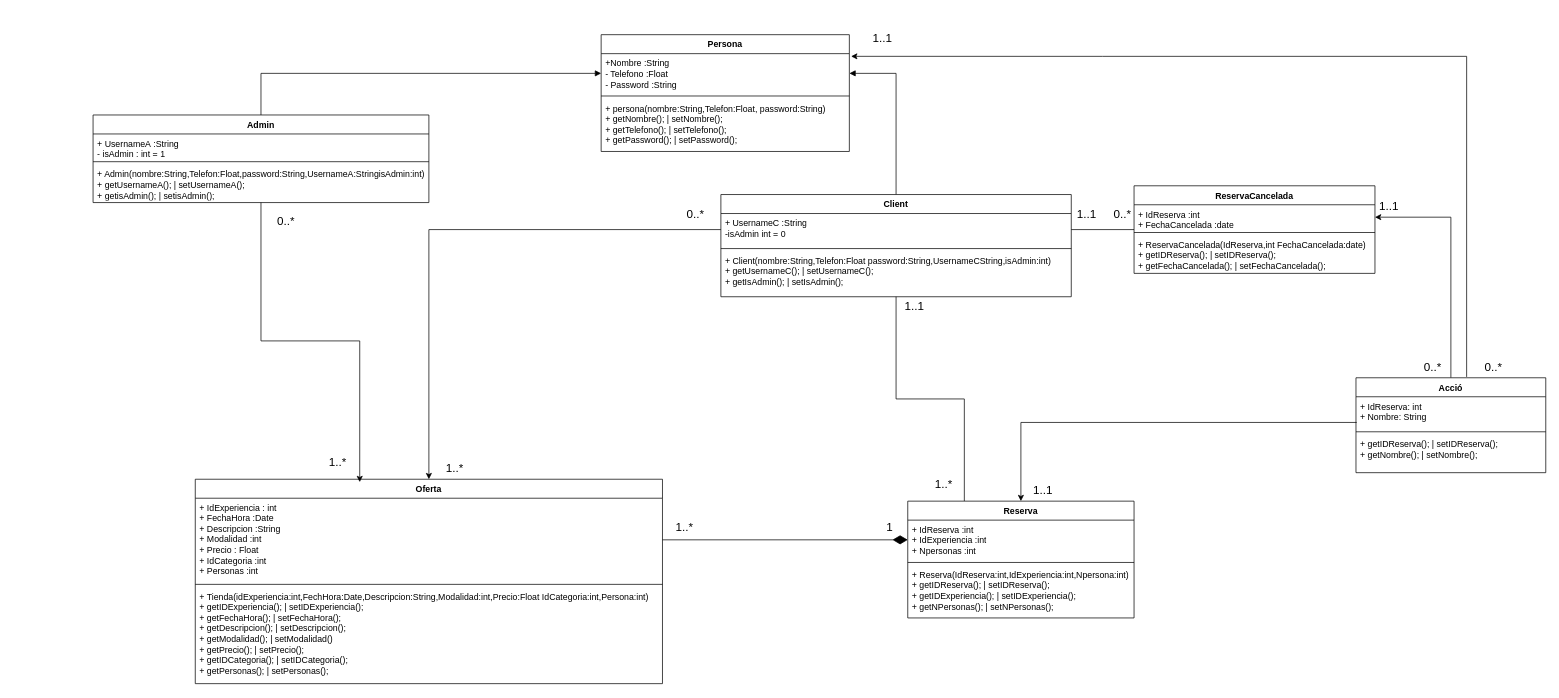
This is Diagramas/UML_XaJo.drawio from joam6/Sailing_XaJo, a draw.io file, before an edit. Source tidied: cells renumbered, new cells numbered last; positions are measured from the earlier drawing's top-left corner, leaving out a move shared by most shapes. Both pictures are drawn from the tidied source at 73%, with x=0, y=0 at pixel (93, 27).
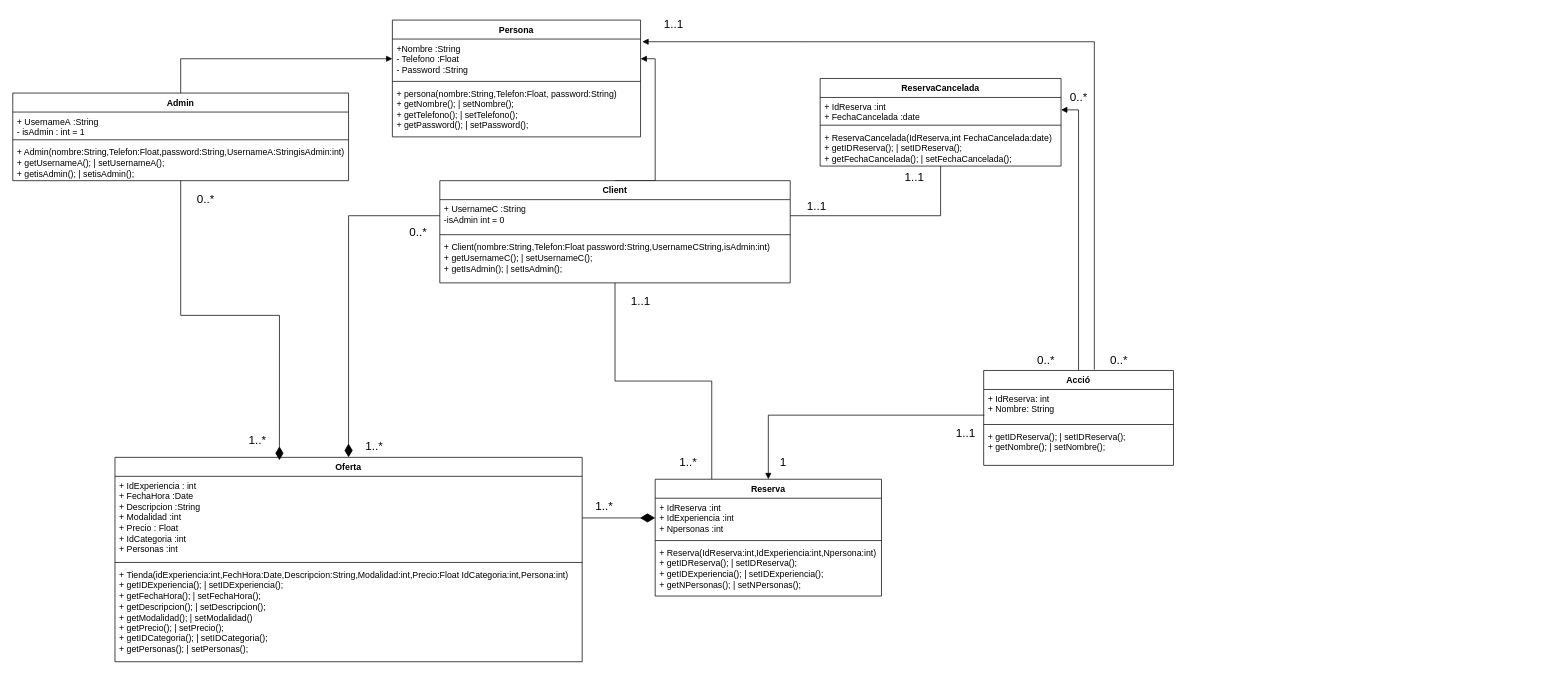
After the change.

Unchanged cells that the change refers to:
```xml
<mxCell id="3" value="+Nombre :String&lt;br&gt;- Telefono :Float&lt;br&gt;- Password :String" style="text;strokeColor=none;fillColor=none;align=left;verticalAlign=top;spacingLeft=4;spacingRight=4;overflow=hidden;points=[[0,0.5],[1,0.5]];portConstraint=eastwest;whiteSpace=wrap;html=1;" parent="2" vertex="1">
  <mxGeometry y="26" width="340" height="54" as="geometry" />
</mxCell>
<mxCell id="13" value="&lt;div&gt;+ UsernameC&amp;nbsp;&lt;span style=&quot;background-color: initial;&quot;&gt;:String&lt;br&gt;-isAdmin int = 0&lt;/span&gt;&lt;/div&gt;" style="text;strokeColor=none;fillColor=none;align=left;verticalAlign=top;spacingLeft=4;spacingRight=4;overflow=hidden;points=[[0,0.5],[1,0.5]];portConstraint=eastwest;whiteSpace=wrap;html=1;" parent="12" vertex="1">
  <mxGeometry y="26" width="480" height="44" as="geometry" />
</mxCell>
<mxCell id="24" value="+ IdReserva: int&lt;div&gt;+ Nombre: String&lt;/div&gt;" style="text;strokeColor=none;fillColor=none;align=left;verticalAlign=top;spacingLeft=4;spacingRight=4;overflow=hidden;points=[[0,0.5],[1,0.5]];portConstraint=eastwest;whiteSpace=wrap;html=1;" parent="23" vertex="1">
  <mxGeometry y="26" width="260" height="44" as="geometry" />
</mxCell>
<mxCell id="29" value="+ IdReserva :int&lt;br&gt;+ FechaCancelada :date" style="text;strokeColor=none;fillColor=none;align=left;verticalAlign=top;spacingLeft=4;spacingRight=4;overflow=hidden;points=[[0,0.5],[1,0.5]];portConstraint=eastwest;whiteSpace=wrap;html=1;" parent="28" vertex="1">
  <mxGeometry y="26" width="330" height="34" as="geometry" />
</mxCell>
```

Diff of the diagram source:
```diff
@@
     <mxCell id="2" value="Persona" style="swimlane;fontStyle=1;align=center;verticalAlign=top;horizontal=1;startSize=26;whiteSpace=wrap;html=1;" parent="1" vertex="1">
-      <mxGeometry x="696" y="10" width="340" height="160" as="geometry" />
+      <mxGeometry x="410" y="-10" width="340" height="160" as="geometry" />
     </mxCell>
@@
     <mxCell id="7" value="Admin" style="swimlane;fontStyle=1;align=center;verticalAlign=top;horizontal=1;startSize=26;whiteSpace=wrap;html=1;" parent="1" vertex="1">
-      <mxGeometry y="120" width="460" height="120" as="geometry" />
+      <mxGeometry x="-110" y="90" width="460" height="120" as="geometry" />
     </mxCell>
@@
     <mxCell id="11" style="edgeStyle=orthogonalEdgeStyle;rounded=0;jettySize=auto;html=1;exitX=0.5;exitY=0;exitDx=0;exitDy=0;entryX=1;entryY=0.5;entryDx=0;entryDy=0;startArrow=none;startFill=0;endArrow=block;endFill=1;" parent="1" edge="1" source="12" target="3">
-      <mxGeometry relative="1" as="geometry" />
+      <mxGeometry relative="1" as="geometry">
+        <Array as="points">
+          <mxPoint x="770" y="210" />
+          <mxPoint x="770" y="43" />
+        </Array>
+      </mxGeometry>
     </mxCell>
     <mxCell id="12" value="Client" style="swimlane;fontStyle=1;align=center;verticalAlign=top;horizontal=1;startSize=26;whiteSpace=wrap;html=1;" parent="1" vertex="1">
-      <mxGeometry x="860" y="229" width="480" height="140" as="geometry" />
+      <mxGeometry x="475" y="210" width="480" height="140" as="geometry" />
     </mxCell>
@@
-    <mxCell id="16" style="edgeStyle=orthogonalEdgeStyle;rounded=0;jettySize=auto;html=1;entryX=0.004;entryY=0.8;entryDx=0;entryDy=0;startArrow=classic;startFill=1;endArrow=none;endFill=0;entryPerimeter=0;" parent="1" edge="1" source="18" target="24">
+    <mxCell id="16" style="edgeStyle=orthogonalEdgeStyle;rounded=0;jettySize=auto;html=1;entryX=0.004;entryY=0.8;entryDx=0;entryDy=0;startArrow=block;startFill=1;endArrow=none;endFill=0;entryPerimeter=0;startSize=6;" parent="1" edge="1" source="18" target="24">
       <mxGeometry relative="1" as="geometry" />
     </mxCell>
@@
     <mxCell id="18" value="Reserva" style="swimlane;fontStyle=1;align=center;verticalAlign=top;horizontal=1;startSize=26;whiteSpace=wrap;html=1;" parent="1" vertex="1">
-      <mxGeometry x="1116" y="649" width="310" height="160" as="geometry" />
+      <mxGeometry x="770" y="619" width="310" height="160" as="geometry" />
     </mxCell>
@@
-    <mxCell id="22" style="edgeStyle=orthogonalEdgeStyle;rounded=0;jettySize=auto;html=1;entryX=1;entryY=0.5;entryDx=0;entryDy=0;" parent="1" edge="1" source="23" target="29">
+    <mxCell id="22" style="edgeStyle=orthogonalEdgeStyle;rounded=0;jettySize=auto;html=1;entryX=1;entryY=0.5;entryDx=0;entryDy=0;endArrow=block;endFill=1;" parent="1" edge="1" source="23" target="29">
       <mxGeometry relative="1" as="geometry" />
     </mxCell>
     <mxCell id="23" value="Acció" style="swimlane;fontStyle=1;align=center;verticalAlign=top;horizontal=1;startSize=26;whiteSpace=wrap;html=1;" parent="1" vertex="1">
-      <mxGeometry x="1730" y="480" width="260" height="130" as="geometry" />
+      <mxGeometry x="1220" y="470" width="260" height="130" as="geometry" />
     </mxCell>
@@
     <mxCell id="28" value="ReservaCancelada" style="swimlane;fontStyle=1;align=center;verticalAlign=top;horizontal=1;startSize=26;whiteSpace=wrap;html=1;" parent="1" vertex="1">
-      <mxGeometry x="1426" y="217" width="330" height="120" as="geometry" />
+      <mxGeometry x="996" y="70" width="330" height="120" as="geometry" />
     </mxCell>
@@
     <mxCell id="32" value="Oferta" style="swimlane;fontStyle=1;align=center;verticalAlign=top;horizontal=1;startSize=26;whiteSpace=wrap;html=1;" parent="1" vertex="1">
-      <mxGeometry x="140" y="619" width="640" height="280" as="geometry" />
+      <mxGeometry x="30" y="589" width="640" height="280" as="geometry" />
     </mxCell>
@@
     <mxCell id="37" value="1..1" style="text;html=1;align=center;verticalAlign=middle;strokeColor=none;fillColor=none;fontSize=16;" parent="1" vertex="1">
-      <mxGeometry x="1750" y="229" width="50" height="30" as="geometry" />
+      <mxGeometry x="1100" y="190" width="50" height="30" as="geometry" />
     </mxCell>
     <mxCell id="38" value="0..&lt;span style=&quot;background-color: initial;&quot;&gt;*&lt;/span&gt;" style="text;html=1;align=center;verticalAlign=middle;strokeColor=none;fillColor=none;fontSize=16;" parent="1" vertex="1">
-      <mxGeometry x="1385" y="240" width="50" height="30" as="geometry" />
+      <mxGeometry x="1325" y="80" width="50" height="30" as="geometry" />
     </mxCell>
     <mxCell id="39" value="1..*" style="text;html=1;align=center;verticalAlign=middle;strokeColor=none;fillColor=none;fontSize=16;" parent="1" vertex="1">
-      <mxGeometry x="310" y="580" width="50" height="30" as="geometry" />
+      <mxGeometry x="200" y="550" width="50" height="30" as="geometry" />
     </mxCell>
     <mxCell id="40" value="0..*" style="text;html=1;align=center;verticalAlign=middle;strokeColor=none;fillColor=none;strokeWidth=1;fontSize=16;" parent="1" vertex="1">
-      <mxGeometry x="800" y="240" width="50" height="30" as="geometry" />
+      <mxGeometry x="420" y="265" width="50" height="30" as="geometry" />
     </mxCell>
     <mxCell id="41" value="1..*" style="text;html=1;align=center;verticalAlign=middle;strokeColor=none;fillColor=none;fontSize=16;" parent="1" vertex="1">
-      <mxGeometry x="785" y="670" width="50" height="30" as="geometry" />
+      <mxGeometry x="675" y="640" width="50" height="30" as="geometry" />
     </mxCell>
     <mxCell id="42" value="1..*" style="text;html=1;align=center;verticalAlign=middle;strokeColor=none;fillColor=none;fontSize=16;" parent="1" vertex="1">
-      <mxGeometry x="1140" y="610" width="50" height="30" as="geometry" />
+      <mxGeometry x="790" y="580" width="50" height="30" as="geometry" />
     </mxCell>
     <mxCell id="43" value="1..1" style="text;html=1;align=center;verticalAlign=middle;strokeColor=none;fillColor=none;fontSize=16;" parent="1" vertex="1">
-      <mxGeometry x="1100" y="367" width="50" height="30" as="geometry" />
+      <mxGeometry x="725" y="360" width="50" height="30" as="geometry" />
     </mxCell>
     <mxCell id="44" value="1" style="text;html=1;align=center;verticalAlign=middle;strokeColor=none;fillColor=none;fontSize=16;" parent="1" vertex="1">
-      <mxGeometry x="1076" y="670" width="30" height="30" as="geometry" />
+      <mxGeometry x="930" y="580" width="30" height="30" as="geometry" />
     </mxCell>
     <mxCell id="45" value="0..*" style="text;html=1;align=center;verticalAlign=middle;strokeColor=none;fillColor=none;fontSize=16;" parent="1" vertex="1">
-      <mxGeometry x="1810" y="450" width="50" height="30" as="geometry" />
+      <mxGeometry x="1280" y="440" width="50" height="30" as="geometry" />
     </mxCell>
     <mxCell id="46" value="1..1" style="text;html=1;align=center;verticalAlign=middle;strokeColor=none;fillColor=none;fontSize=16;" parent="1" vertex="1">
-      <mxGeometry x="1276" y="619" width="50" height="30" as="geometry" />
+      <mxGeometry x="1170" y="540" width="50" height="30" as="geometry" />
     </mxCell>
     <mxCell id="47" value="1..1" style="text;html=1;align=center;verticalAlign=middle;strokeColor=none;fillColor=none;fontSize=16;" parent="1" vertex="1">
-      <mxGeometry x="1336" y="240" width="50" height="30" as="geometry" />
+      <mxGeometry x="966" y="230" width="50" height="30" as="geometry" />
     </mxCell>
     <mxCell id="48" value="1..1" style="text;html=1;align=center;verticalAlign=middle;strokeColor=none;fillColor=none;fontSize=16;" parent="1" vertex="1">
-      <mxGeometry x="1056" width="50" height="30" as="geometry" />
+      <mxGeometry x="770" y="-20" width="50" height="30" as="geometry" />
     </mxCell>
-    <mxCell id="49" style="edgeStyle=orthogonalEdgeStyle;rounded=0;jettySize=auto;html=1;entryX=1.007;entryY=0.068;entryDx=0;entryDy=0;entryPerimeter=0;exitX=0.583;exitY=-0.009;exitDx=0;exitDy=0;exitPerimeter=0;" parent="1" edge="1" source="23" target="3">
+    <mxCell id="49" style="edgeStyle=orthogonalEdgeStyle;rounded=0;jettySize=auto;html=1;entryX=1.007;entryY=0.068;entryDx=0;entryDy=0;entryPerimeter=0;exitX=0.583;exitY=-0.009;exitDx=0;exitDy=0;exitPerimeter=0;endArrow=block;endFill=1;endSize=6;" parent="1" edge="1" source="23" target="3">
       <mxGeometry relative="1" as="geometry" />
     </mxCell>
-    <mxCell id="50" style="edgeStyle=orthogonalEdgeStyle;rounded=0;jettySize=auto;html=1;entryX=0.352;entryY=0.014;entryDx=0;entryDy=0;entryPerimeter=0;" parent="1" edge="1" source="7" target="32">
+    <mxCell id="50" style="edgeStyle=orthogonalEdgeStyle;rounded=0;jettySize=auto;html=1;entryX=0.352;entryY=0.014;entryDx=0;entryDy=0;entryPerimeter=0;endArrow=diamondThin;endFill=1;endSize=16;" parent="1" edge="1" source="7" target="32">
       <mxGeometry relative="1" as="geometry" />
     </mxCell>
-    <mxCell id="51" style="edgeStyle=orthogonalEdgeStyle;rounded=0;jettySize=auto;html=1;entryX=0.5;entryY=0;entryDx=0;entryDy=0;" parent="1" edge="1" source="13" target="32">
+    <mxCell id="51" style="edgeStyle=orthogonalEdgeStyle;rounded=0;jettySize=auto;html=1;entryX=0.5;entryY=0;entryDx=0;entryDy=0;endArrow=diamondThin;endFill=1;endSize=16;" parent="1" edge="1" source="13" target="32">
       <mxGeometry relative="1" as="geometry" />
     </mxCell>
     <mxCell id="52" value="0..*" style="text;html=1;align=center;verticalAlign=middle;strokeColor=none;fillColor=none;strokeWidth=1;fontSize=16;" parent="1" vertex="1">
-      <mxGeometry x="239" y="250" width="50" height="30" as="geometry" />
+      <mxGeometry x="129" y="220" width="50" height="30" as="geometry" />
     </mxCell>
+    <mxCell id="54" value="1..*" style="text;html=1;align=center;verticalAlign=middle;strokeColor=none;fillColor=none;fontSize=16;" parent="1" vertex="1">
+      <mxGeometry x="360" y="559" width="50" height="30" as="geometry" />
+    </mxCell>
     <mxCell id="53" value="0..*" style="text;html=1;align=center;verticalAlign=middle;strokeColor=none;fillColor=none;fontSize=16;" parent="1" vertex="1">
-      <mxGeometry x="1893" y="450" width="50" height="30" as="geometry" />
+      <mxGeometry x="1380" y="440" width="50" height="30" as="geometry" />
     </mxCell>
-    <mxCell id="54" value="1..*" style="text;html=1;align=center;verticalAlign=middle;strokeColor=none;fillColor=none;fontSize=16;" parent="1" vertex="1">
-      <mxGeometry x="470" y="589" width="50" height="30" as="geometry" />
-    </mxCell>
```
